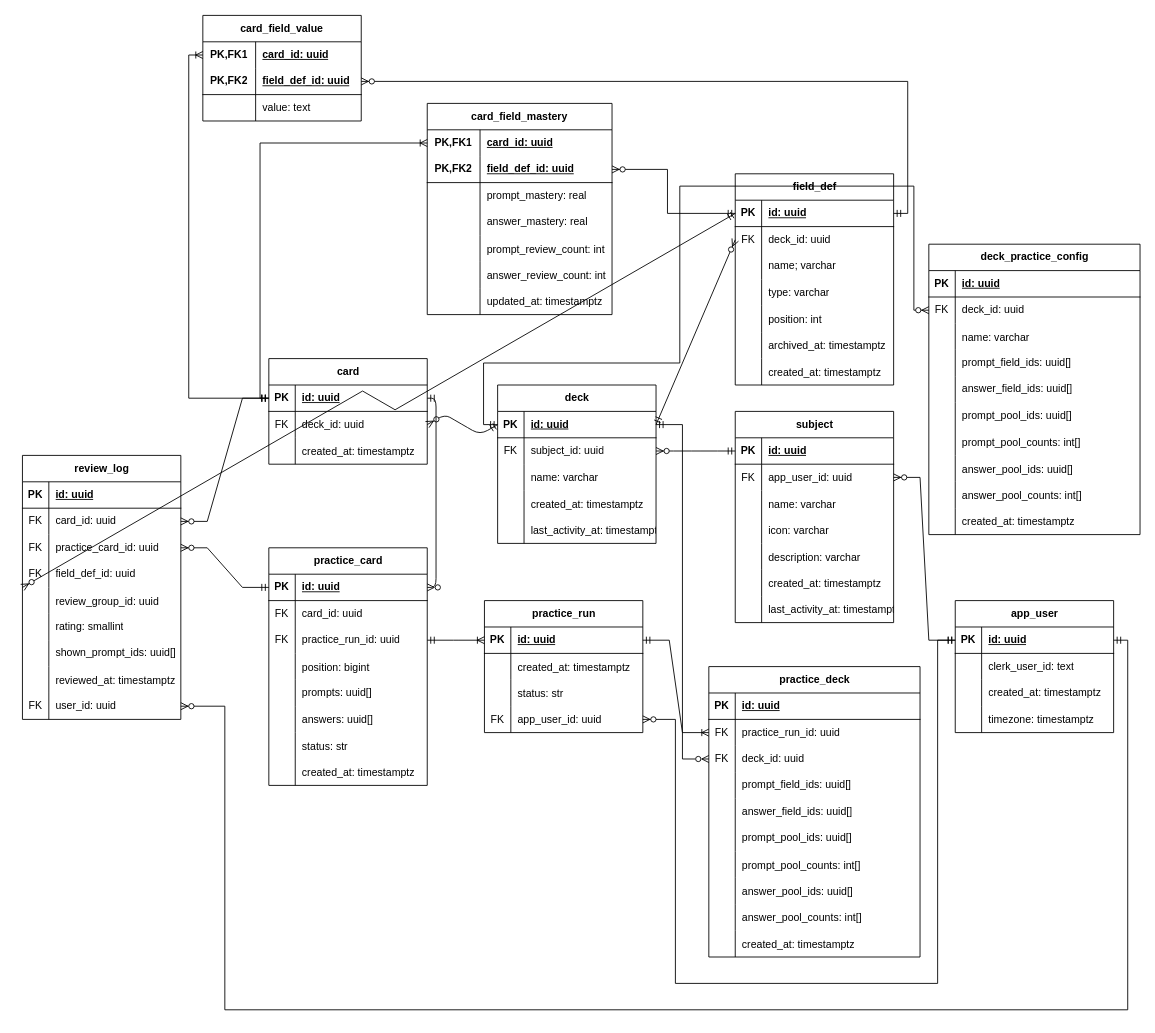
lushihui51/Flashy keeps this draw.io diagram as docs/Flashy-ERD.drawio. Above is the earlier version. Source tidied: cells renumbered, new cells numbered last; positions are measured from the earlier drawing's top-left corner, leaving out a move shared by most shapes. Both pictures are drawn from the tidied source at 88%, with x=0, y=0 at pixel (22, 15).
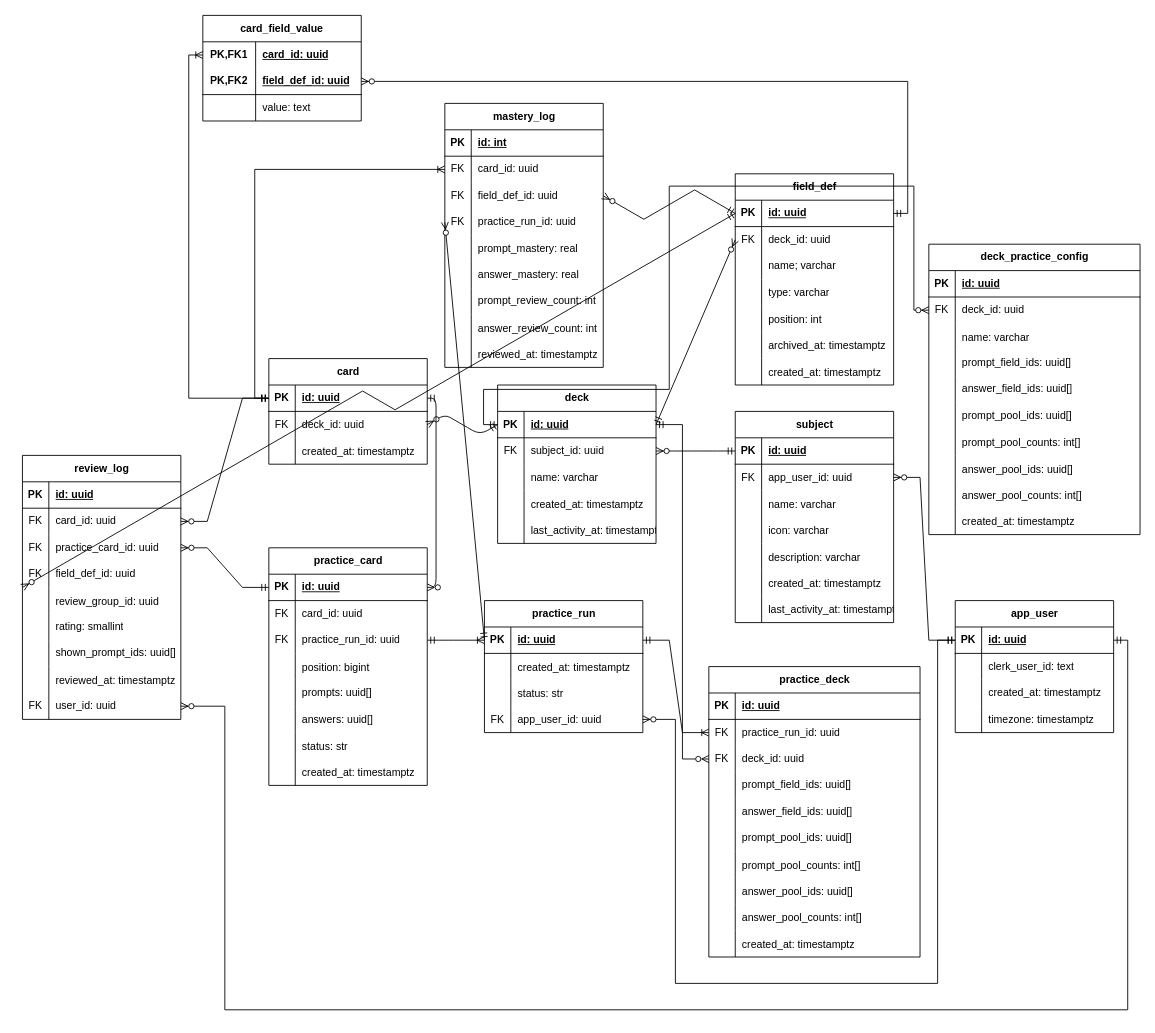
The same page after the edit.

Unchanged cells that the change refers to:
```xml
<mxCell id="3" style="shape=tableRow;horizontal=0;startSize=0;swimlaneHead=0;swimlaneBody=0;fillColor=none;points=[[0,0.5],[1,0.5]];portConstraint=eastwest;top=0;left=0;right=0;bottom=1;" parent="2" vertex="1">
  <mxGeometry y="30" width="180" height="30" as="geometry" />
</mxCell>
<mxCell id="13" style="shape=tableRow;horizontal=0;startSize=0;swimlaneHead=0;swimlaneBody=0;fillColor=none;points=[[0,0.5],[1,0.5]];portConstraint=eastwest;top=0;left=0;right=0;bottom=1;" parent="12" vertex="1">
  <mxGeometry y="30" width="180" height="30" as="geometry" />
</mxCell>
<mxCell id="78" style="shape=tableRow;horizontal=0;startSize=0;swimlaneHead=0;swimlaneBody=0;fillColor=none;points=[[0,0.5],[1,0.5]];portConstraint=eastwest;top=0;left=0;right=0;bottom=1;" parent="77" vertex="1">
  <mxGeometry y="30" width="180" height="30" as="geometry" />
</mxCell>
<mxCell id="92" style="shape=tableRow;horizontal=0;startSize=0;swimlaneHead=0;swimlaneBody=0;fillColor=none;points=[[0,0.5],[1,0.5]];portConstraint=eastwest;top=0;left=0;right=0;bottom=1;" parent="91" vertex="1">
  <mxGeometry y="30" width="180" height="30" as="geometry" />
</mxCell>
<mxCell id="154" style="shape=tableRow;horizontal=0;startSize=0;swimlaneHead=0;swimlaneBody=0;fillColor=none;points=[[0,0.5],[1,0.5]];portConstraint=eastwest;top=0;left=0;right=0;bottom=0;" parent="150" vertex="1">
  <mxGeometry y="60" width="240" height="30" as="geometry" />
</mxCell>
```

Change to the diagram source:
```diff
@@
-    <mxCell id="125" value="card_field_mastery" style="shape=table;startSize=30;childLayout=tableLayout;rowLines=0;fontStyle=1;align=center;html=1;whiteSpace=wrap;" parent="1" vertex="1">
-      <mxGeometry x="460" y="100" width="210" height="240" as="geometry" />
-    </mxCell>
-    <mxCell id="126" style="shape=tableRow;horizontal=0;startSize=0;swimlaneHead=0;swimlaneBody=0;fillColor=none;points=[[0,0.5],[1,0.5]];portConstraint=eastwest;top=0;left=0;right=0;bottom=0;html=1;" parent="125" vertex="1">
-      <mxGeometry y="30" width="210" height="30" as="geometry" />
-    </mxCell>
-    <mxCell id="127" value="PK,FK1" style="shape=partialRectangle;fillColor=none;top=0;left=0;bottom=0;right=0;fontStyle=1;overflow=hidden;html=1;whiteSpace=wrap;" parent="126" vertex="1">
-      <mxGeometry width="60" height="30" as="geometry" />
-    </mxCell>
-    <mxCell id="128" value="card_id: uuid" style="shape=partialRectangle;fillColor=none;top=0;left=0;bottom=0;right=0;align=left;spacingLeft=6;fontStyle=5;overflow=hidden;html=1;whiteSpace=wrap;" parent="126" vertex="1">
-      <mxGeometry x="60" width="150" height="30" as="geometry" />
-    </mxCell>
-    <mxCell id="129" style="shape=tableRow;horizontal=0;startSize=0;swimlaneHead=0;swimlaneBody=0;fillColor=none;points=[[0,0.5],[1,0.5]];portConstraint=eastwest;top=0;left=0;right=0;bottom=1;html=1;" parent="125" vertex="1">
-      <mxGeometry y="60" width="210" height="30" as="geometry" />
-    </mxCell>
-    <mxCell id="130" value="PK,FK2" style="shape=partialRectangle;fillColor=none;top=0;left=0;bottom=0;right=0;fontStyle=1;overflow=hidden;html=1;whiteSpace=wrap;" parent="129" vertex="1">
-      <mxGeometry width="60" height="30" as="geometry" />
-    </mxCell>
-    <mxCell id="131" value="field_def_id: uuid" style="shape=partialRectangle;fillColor=none;top=0;left=0;bottom=0;right=0;align=left;spacingLeft=6;fontStyle=5;overflow=hidden;html=1;whiteSpace=wrap;" parent="129" vertex="1">
-      <mxGeometry x="60" width="150" height="30" as="geometry" />
-    </mxCell>
-    <mxCell id="132" style="shape=tableRow;horizontal=0;startSize=0;swimlaneHead=0;swimlaneBody=0;fillColor=none;top=0;left=0;right=0;bottom=0;html=1;" parent="125" vertex="1">
-      <mxGeometry y="90" width="210" height="30" as="geometry" />
-    </mxCell>
-    <mxCell id="133" style="shape=partialRectangle;fillColor=none;top=0;left=0;bottom=0;right=0;overflow=hidden;html=1;whiteSpace=wrap;" parent="132" vertex="1">
-      <mxGeometry width="60" height="30" as="geometry" />
-    </mxCell>
-    <mxCell id="134" value="prompt_mastery: real" style="shape=partialRectangle;fillColor=none;top=0;left=0;bottom=0;right=0;align=left;spacingLeft=6;overflow=hidden;html=1;whiteSpace=wrap;" parent="132" vertex="1">
-      <mxGeometry x="60" width="150" height="30" as="geometry" />
-    </mxCell>
-    <mxCell id="135" style="shape=tableRow;horizontal=0;startSize=0;swimlaneHead=0;swimlaneBody=0;fillColor=none;top=0;left=0;right=0;bottom=0;html=1;" parent="125" vertex="1">
-      <mxGeometry y="120" width="210" height="30" as="geometry" />
-    </mxCell>
-    <mxCell id="136" style="shape=partialRectangle;fillColor=none;top=0;left=0;bottom=0;right=0;overflow=hidden;html=1;whiteSpace=wrap;" parent="135" vertex="1">
-      <mxGeometry width="60" height="30" as="geometry" />
-    </mxCell>
-    <mxCell id="137" value="answer_mastery: real" style="shape=partialRectangle;fillColor=none;top=0;left=0;bottom=0;right=0;align=left;spacingLeft=6;overflow=hidden;html=1;whiteSpace=wrap;" parent="135" vertex="1">
-      <mxGeometry x="60" width="150" height="30" as="geometry" />
-    </mxCell>
-    <mxCell id="138" style="shape=tableRow;horizontal=0;startSize=0;swimlaneHead=0;swimlaneBody=0;fillColor=none;top=0;left=0;right=0;bottom=0;" parent="125" vertex="1">
-      <mxGeometry y="150" width="210" height="30" as="geometry" />
-    </mxCell>
-    <mxCell id="139" style="shape=partialRectangle;fillColor=none;top=0;left=0;bottom=0;right=0;overflow=hidden;" parent="138" vertex="1">
-      <mxGeometry width="60" height="30" as="geometry" />
-    </mxCell>
-    <mxCell id="140" value="prompt_review_count: int" style="shape=partialRectangle;fillColor=none;top=0;left=0;bottom=0;right=0;align=left;spacingLeft=6;overflow=hidden;" parent="138" vertex="1">
-      <mxGeometry x="60" width="150" height="30" as="geometry" />
-    </mxCell>
-    <mxCell id="141" style="shape=tableRow;horizontal=0;startSize=0;swimlaneHead=0;swimlaneBody=0;fillColor=none;top=0;left=0;right=0;bottom=0;" parent="125" vertex="1">
-      <mxGeometry y="180" width="210" height="30" as="geometry" />
-    </mxCell>
-    <mxCell id="142" style="shape=partialRectangle;fillColor=none;top=0;left=0;bottom=0;right=0;overflow=hidden;" parent="141" vertex="1">
-      <mxGeometry width="60" height="30" as="geometry" />
-    </mxCell>
-    <mxCell id="143" value="answer_review_count: int" style="shape=partialRectangle;fillColor=none;top=0;left=0;bottom=0;right=0;align=left;spacingLeft=6;overflow=hidden;" parent="141" vertex="1">
-      <mxGeometry x="60" width="150" height="30" as="geometry" />
-    </mxCell>
-    <mxCell id="144" style="shape=tableRow;horizontal=0;startSize=0;swimlaneHead=0;swimlaneBody=0;fillColor=none;top=0;left=0;right=0;bottom=0;" parent="125" vertex="1">
-      <mxGeometry y="210" width="210" height="30" as="geometry" />
-    </mxCell>
-    <mxCell id="145" style="shape=partialRectangle;fillColor=none;top=0;left=0;bottom=0;right=0;overflow=hidden;" parent="144" vertex="1">
-      <mxGeometry width="60" height="30" as="geometry" />
-    </mxCell>
-    <mxCell id="146" value="updated_at: timestamptz" style="shape=partialRectangle;fillColor=none;top=0;left=0;bottom=0;right=0;align=left;spacingLeft=6;overflow=hidden;" parent="144" vertex="1">
-      <mxGeometry x="60" width="150" height="30" as="geometry" />
-    </mxCell>
@@
-    <mxCell id="148" style="edgeStyle=orthogonalEdgeStyle;fontSize=12;html=1;endArrow=ERoneToMany;startArrow=ERmandOne;rounded=0;entryX=0;entryY=0.5;entryDx=0;entryDy=0;exitX=0;exitY=0.5;exitDx=0;exitDy=0;libavoidRouting=1;" parent="1" edge="1" source="3" target="126">
-      <mxGeometry relative="1" as="geometry" />
+    <mxCell id="148" style="edgeStyle=orthogonalEdgeStyle;fontSize=12;html=1;endArrow=ERoneToMany;startArrow=ERmandOne;rounded=0;entryX=0;entryY=0.5;entryDx=0;entryDy=0;exitX=0;exitY=0.5;exitDx=0;exitDy=0;libavoidRouting=1;" parent="1" edge="1" source="3" target="267">
+      <mxGeometry relative="1" as="geometry">
+        <Array as="points">
+          <mxPoint x="264" y="435" />
+          <mxPoint x="264" y="175" />
+        </Array>
+      </mxGeometry>
     </mxCell>
-    <mxCell id="149" style="edgeStyle=orthogonalEdgeStyle;fontSize=12;html=1;endArrow=ERzeroToMany;startArrow=ERmandOne;rounded=0;exitX=0;exitY=0.5;exitDx=0;exitDy=0;libavoidRouting=1;entryX=1;entryY=0.5;entryDx=0;entryDy=0;" parent="1" edge="1" source="92" target="129">
-      <mxGeometry relative="1" as="geometry">
-        <Array as="points">
-          <mxPoint x="733" y="225" />
-          <mxPoint x="733" y="175" />
-        </Array>
-      </mxGeometry>
+    <mxCell id="149" style="edgeStyle=isometricEdgeStyle;fontSize=12;html=1;endArrow=ERzeroToMany;startArrow=ERmandOne;rounded=0;exitX=0;exitY=0.5;exitDx=0;exitDy=0;entryX=1;entryY=0.5;entryDx=0;entryDy=0;elbow=vertical;" parent="1" edge="1" source="92" target="269">
+      <mxGeometry relative="1" as="geometry" />
     </mxCell>
@@
     <mxCell id="212" style="edgeStyle=orthogonalEdgeStyle;fontSize=12;html=1;endArrow=ERzeroToMany;startArrow=ERmandOne;rounded=0;exitX=0;exitY=0.5;exitDx=0;exitDy=0;entryX=0;entryY=0.5;entryDx=0;entryDy=0;libavoidRouting=1;" parent="1" edge="1" source="13" target="154">
       <mxGeometry relative="1" as="geometry">
         <Array as="points">
           <mxPoint x="524" y="465" />
-          <mxPoint x="524" y="395" />
-          <mxPoint x="747" y="395" />
-          <mxPoint x="747" y="194" />
+          <mxPoint x="524" y="425" />
+          <mxPoint x="735" y="425" />
+          <mxPoint x="735" y="194" />
           <mxPoint x="1013" y="194" />
           <mxPoint x="1013" y="335" />
         </Array>
       </mxGeometry>
     </mxCell>
@@
+    <mxCell id="263" value="mastery_log" style="shape=table;startSize=30;childLayout=tableLayout;rowLines=0;fontStyle=1;align=center;html=1;" parent="1" vertex="1">
+      <mxGeometry x="480" y="100" width="180" height="300" as="geometry" />
+    </mxCell>
+    <mxCell id="264" style="shape=tableRow;horizontal=0;startSize=0;swimlaneHead=0;swimlaneBody=0;fillColor=none;top=0;left=0;right=0;bottom=1;" parent="263" vertex="1">
+      <mxGeometry y="30" width="180" height="30" as="geometry" />
+    </mxCell>
+    <mxCell id="265" value="PK" style="shape=partialRectangle;fillColor=none;top=0;left=0;bottom=0;right=0;fontStyle=1;overflow=hidden;whiteSpace=wrap;html=1;" parent="264" vertex="1">
+      <mxGeometry width="30" height="30" as="geometry" />
+    </mxCell>
+    <mxCell id="266" value="id: int" style="shape=partialRectangle;fillColor=none;top=0;left=0;bottom=0;right=0;align=left;spacingLeft=6;fontStyle=5;overflow=hidden;whiteSpace=wrap;html=1;" parent="264" vertex="1">
+      <mxGeometry x="30" width="150" height="30" as="geometry" />
+    </mxCell>
+    <mxCell id="267" style="shape=tableRow;horizontal=0;startSize=0;swimlaneHead=0;swimlaneBody=0;fillColor=none;points=[[0,0.5],[1,0.5]];portConstraint=eastwest;top=0;left=0;right=0;bottom=0;" parent="263" vertex="1">
+      <mxGeometry y="60" width="180" height="30" as="geometry" />
+    </mxCell>
+    <mxCell id="268" value="FK" style="shape=partialRectangle;fillColor=none;top=0;left=0;bottom=0;right=0;fontStyle=0;overflow=hidden;whiteSpace=wrap;html=1;" parent="267" vertex="1">
+      <mxGeometry width="30" height="30" as="geometry" />
+    </mxCell>
+    <mxCell id="128" value="card_id: uuid" style="shape=partialRectangle;fillColor=none;top=0;left=0;bottom=0;right=0;align=left;spacingLeft=6;fontStyle=0;overflow=hidden;whiteSpace=wrap;html=1;" parent="267" vertex="1">
+      <mxGeometry x="30" width="150" height="30" as="geometry" />
+    </mxCell>
+    <mxCell id="269" style="shape=tableRow;horizontal=0;startSize=0;swimlaneHead=0;swimlaneBody=0;fillColor=none;points=[[0,0.5],[1,0.5]];portConstraint=eastwest;top=0;left=0;right=0;bottom=0;" parent="263" vertex="1">
+      <mxGeometry y="90" width="180" height="30" as="geometry" />
+    </mxCell>
+    <mxCell id="270" value="FK" style="shape=partialRectangle;fillColor=none;top=0;left=0;bottom=0;right=0;fontStyle=0;overflow=hidden;whiteSpace=wrap;html=1;" parent="269" vertex="1">
+      <mxGeometry width="30" height="30" as="geometry" />
+    </mxCell>
+    <mxCell id="131" value="field_def_id: uuid" style="shape=partialRectangle;fillColor=none;top=0;left=0;bottom=0;right=0;align=left;spacingLeft=6;fontStyle=0;overflow=hidden;whiteSpace=wrap;html=1;" parent="269" vertex="1">
+      <mxGeometry x="30" width="150" height="30" as="geometry" />
+    </mxCell>
+    <mxCell id="271" style="shape=tableRow;horizontal=0;startSize=0;swimlaneHead=0;swimlaneBody=0;fillColor=none;points=[[0,0.5],[1,0.5]];portConstraint=eastwest;top=0;left=0;right=0;bottom=0;" parent="263" vertex="1">
+      <mxGeometry y="120" width="180" height="30" as="geometry" />
+    </mxCell>
+    <mxCell id="272" value="FK" style="shape=partialRectangle;fillColor=none;top=0;left=0;bottom=0;right=0;fontStyle=0;overflow=hidden;whiteSpace=wrap;html=1;" parent="271" vertex="1">
+      <mxGeometry width="30" height="30" as="geometry" />
+    </mxCell>
+    <mxCell id="273" value="practice_run_id: uuid" style="shape=partialRectangle;fillColor=none;top=0;left=0;bottom=0;right=0;align=left;spacingLeft=6;fontStyle=0;overflow=hidden;whiteSpace=wrap;html=1;" parent="271" vertex="1">
+      <mxGeometry x="30" width="150" height="30" as="geometry" />
+    </mxCell>
+    <mxCell id="274" style="shape=tableRow;horizontal=0;startSize=0;swimlaneHead=0;swimlaneBody=0;fillColor=none;top=0;left=0;right=0;bottom=0;" parent="263" vertex="1">
+      <mxGeometry y="150" width="180" height="30" as="geometry" />
+    </mxCell>
+    <mxCell id="275" style="shape=partialRectangle;fillColor=none;top=0;left=0;bottom=0;right=0;overflow=hidden;whiteSpace=wrap;html=1;" parent="274" vertex="1">
+      <mxGeometry width="30" height="30" as="geometry" />
+    </mxCell>
+    <mxCell id="134" value="prompt_mastery: real" style="shape=partialRectangle;fillColor=none;top=0;left=0;bottom=0;right=0;align=left;spacingLeft=6;overflow=hidden;whiteSpace=wrap;html=1;" parent="274" vertex="1">
+      <mxGeometry x="30" width="150" height="30" as="geometry" />
+    </mxCell>
+    <mxCell id="276" style="shape=tableRow;horizontal=0;startSize=0;swimlaneHead=0;swimlaneBody=0;fillColor=none;top=0;left=0;right=0;bottom=0;" parent="263" vertex="1">
+      <mxGeometry y="180" width="180" height="30" as="geometry" />
+    </mxCell>
+    <mxCell id="277" style="shape=partialRectangle;fillColor=none;top=0;left=0;bottom=0;right=0;overflow=hidden;whiteSpace=wrap;html=1;" parent="276" vertex="1">
+      <mxGeometry width="30" height="30" as="geometry" />
+    </mxCell>
+    <mxCell id="137" value="answer_mastery: real" style="shape=partialRectangle;fillColor=none;top=0;left=0;bottom=0;right=0;align=left;spacingLeft=6;overflow=hidden;whiteSpace=wrap;html=1;" parent="276" vertex="1">
+      <mxGeometry x="30" width="150" height="30" as="geometry" />
+    </mxCell>
+    <mxCell id="278" style="shape=tableRow;horizontal=0;startSize=0;swimlaneHead=0;swimlaneBody=0;fillColor=none;top=0;left=0;right=0;bottom=0;" parent="263" vertex="1">
+      <mxGeometry y="210" width="180" height="30" as="geometry" />
+    </mxCell>
+    <mxCell id="279" style="shape=partialRectangle;fillColor=none;top=0;left=0;bottom=0;right=0;overflow=hidden;whiteSpace=wrap;html=1;" parent="278" vertex="1">
+      <mxGeometry width="30" height="30" as="geometry" />
+    </mxCell>
+    <mxCell id="140" value="&lt;span style=&quot;white-space: nowrap;&quot;&gt;prompt_review_count: int&lt;/span&gt;" style="shape=partialRectangle;fillColor=none;top=0;left=0;bottom=0;right=0;align=left;spacingLeft=6;overflow=hidden;whiteSpace=wrap;html=1;" parent="278" vertex="1">
+      <mxGeometry x="30" width="150" height="30" as="geometry" />
+    </mxCell>
+    <mxCell id="280" style="shape=tableRow;horizontal=0;startSize=0;swimlaneHead=0;swimlaneBody=0;fillColor=none;top=0;left=0;right=0;bottom=0;" parent="263" vertex="1">
+      <mxGeometry y="240" width="180" height="30" as="geometry" />
+    </mxCell>
+    <mxCell id="281" style="shape=partialRectangle;fillColor=none;top=0;left=0;bottom=0;right=0;overflow=hidden;" parent="280" vertex="1">
+      <mxGeometry width="30" height="30" as="geometry" />
+    </mxCell>
+    <mxCell id="143" value="answer_review_count: int" style="shape=partialRectangle;fillColor=none;top=0;left=0;bottom=0;right=0;align=left;spacingLeft=6;overflow=hidden;" parent="280" vertex="1">
+      <mxGeometry x="30" width="150" height="30" as="geometry" />
+    </mxCell>
+    <mxCell id="282" style="shape=tableRow;horizontal=0;startSize=0;swimlaneHead=0;swimlaneBody=0;fillColor=none;top=0;left=0;right=0;bottom=0;" parent="263" vertex="1">
+      <mxGeometry y="270" width="180" height="30" as="geometry" />
+    </mxCell>
+    <mxCell id="283" style="shape=partialRectangle;fillColor=none;top=0;left=0;bottom=0;right=0;overflow=hidden;" parent="282" vertex="1">
+      <mxGeometry width="30" height="30" as="geometry" />
+    </mxCell>
+    <mxCell id="284" value="reviewed_at: timestamptz" style="shape=partialRectangle;fillColor=none;top=0;left=0;bottom=0;right=0;align=left;spacingLeft=6;overflow=hidden;" parent="282" vertex="1">
+      <mxGeometry x="30" width="150" height="30" as="geometry" />
+    </mxCell>
+    <mxCell id="285" style="fontSize=12;html=1;endArrow=ERzeroToMany;startArrow=ERmandOne;rounded=0;entryX=0;entryY=0.5;entryDx=0;entryDy=0;exitX=0;exitY=0.5;exitDx=0;exitDy=0;" parent="1" edge="1" source="78" target="271">
+      <mxGeometry relative="1" as="geometry" />
+    </mxCell>
```
